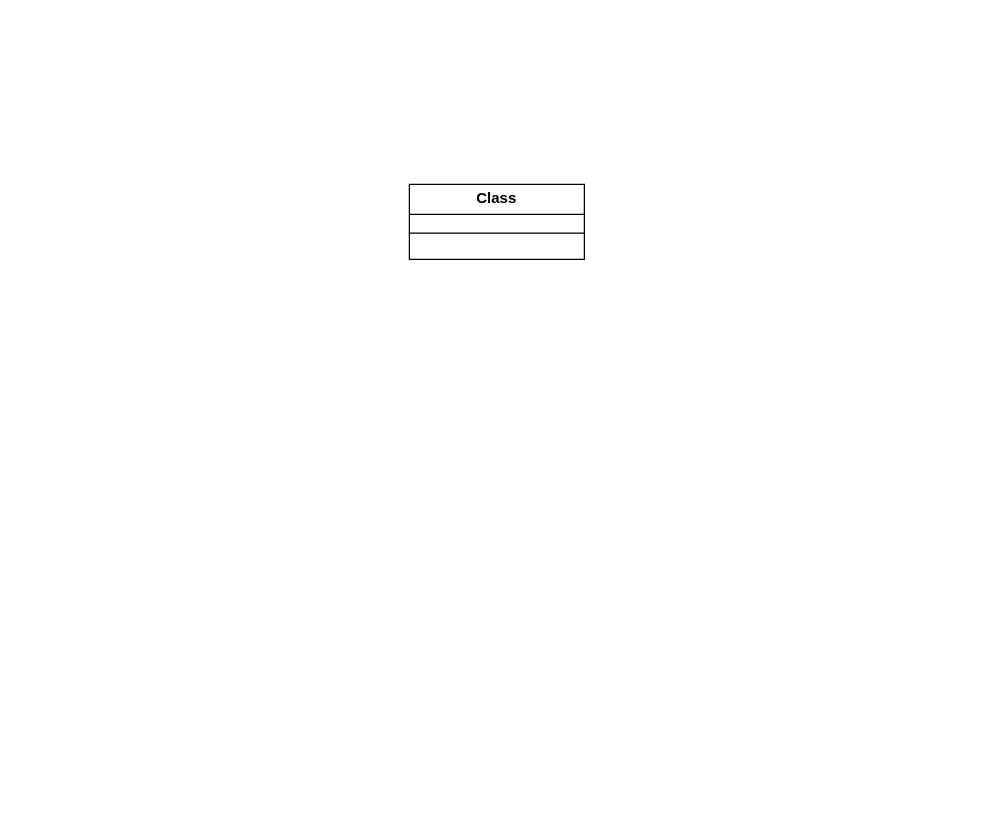
MariaLuizaNovasky/ControleDePonto keeps this draw.io diagram as Diagrama sem nome.drawio. Above is the earlier version. Source tidied: cells renumbered, new cells numbered last; positions are measured from the earlier drawing's top-left corner, leaving out a move shared by most shapes. Both pictures are drawn from the tidied source at 125%, with x=0, y=0 at pixel (409, 184).
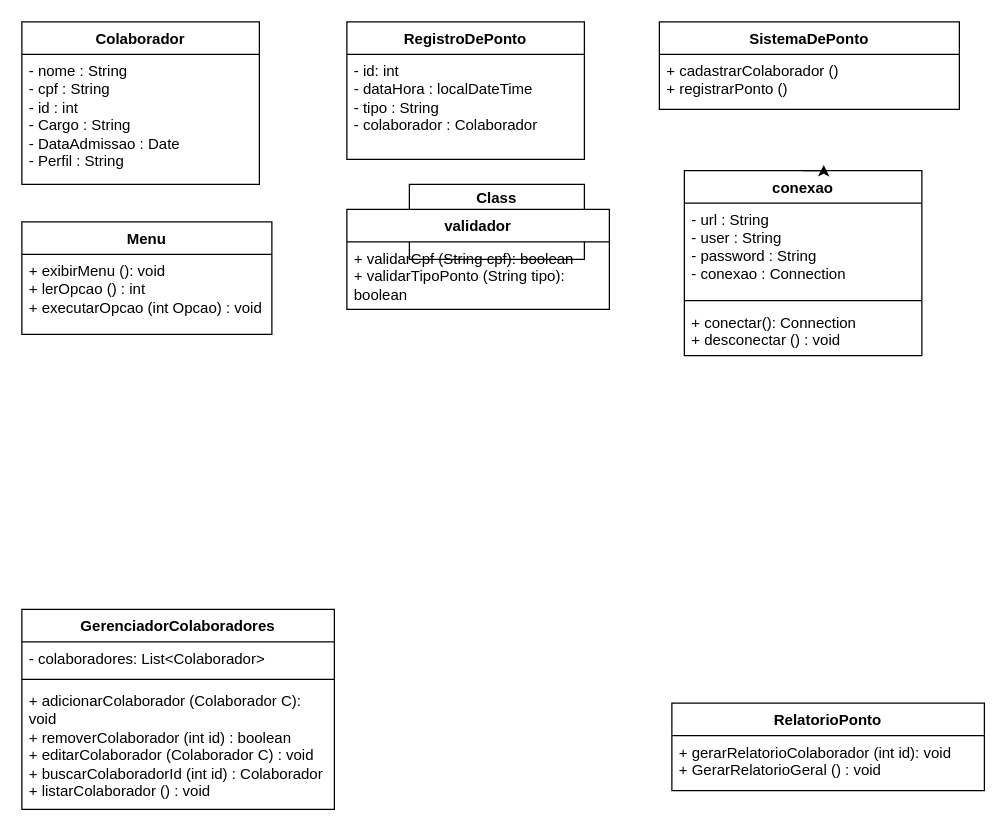
The same diagram, later.

The edit, as a diff of the source:
```diff
@@
+    <mxCell id="3" value="Colaborador" style="swimlane;fontStyle=1;align=center;verticalAlign=top;horizontal=1;startSize=26;whiteSpace=wrap;html=1;" parent="1" vertex="1">
+      <mxGeometry x="-310" y="-130" width="190" height="130" as="geometry" />
+    </mxCell>
+    <mxCell id="4" value="- nome : String&lt;div&gt;- cpf : String&lt;/div&gt;&lt;div&gt;- id : int&lt;/div&gt;&lt;div&gt;- Cargo : String&lt;/div&gt;&lt;div&gt;- DataAdmissao : Date&lt;/div&gt;&lt;div&gt;- Perfil : String&lt;/div&gt;" style="text;strokeColor=none;fillColor=none;align=left;verticalAlign=top;spacingLeft=4;spacingRight=4;overflow=hidden;whiteSpace=wrap;html=1;" parent="3" vertex="1">
+      <mxGeometry y="26" width="190" height="104" as="geometry" />
+    </mxCell>
@@
+    <mxCell id="5" value="RegistroDePonto" style="swimlane;fontStyle=1;align=center;verticalAlign=top;horizontal=1;startSize=26;whiteSpace=wrap;html=1;" parent="1" vertex="1">
+      <mxGeometry x="-50" y="-130" width="190" height="110" as="geometry" />
+    </mxCell>
+    <mxCell id="6" value="- id: int&lt;div&gt;- dataHora : localDateTime&lt;/div&gt;&lt;div&gt;- tipo : String&lt;/div&gt;&lt;div&gt;- colaborador : Colaborador&lt;/div&gt;" style="text;strokeColor=none;fillColor=none;align=left;verticalAlign=top;spacingLeft=4;spacingRight=4;overflow=hidden;whiteSpace=wrap;html=1;" parent="5" vertex="1">
+      <mxGeometry y="26" width="190" height="84" as="geometry" />
+    </mxCell>
+    <mxCell id="7" value="SistemaDePonto" style="swimlane;fontStyle=1;align=center;verticalAlign=top;horizontal=1;startSize=26;whiteSpace=wrap;html=1;" parent="1" vertex="1">
+      <mxGeometry x="200" y="-130" width="240" height="70" as="geometry" />
+    </mxCell>
+    <mxCell id="8" value="+ cadastrarColaborador ()&lt;div&gt;+ registrarPonto ()&lt;/div&gt;&lt;div&gt;&lt;div&gt;&lt;br&gt;&lt;/div&gt;&lt;/div&gt;" style="text;strokeColor=none;fillColor=none;align=left;verticalAlign=top;spacingLeft=4;spacingRight=4;overflow=hidden;whiteSpace=wrap;html=1;" parent="7" vertex="1">
+      <mxGeometry y="26" width="240" height="44" as="geometry" />
+    </mxCell>
+    <mxCell id="9" value="conexao" style="swimlane;fontStyle=1;align=center;verticalAlign=top;horizontal=1;startSize=26;whiteSpace=wrap;html=1;" parent="1" vertex="1">
+      <mxGeometry x="220" y="-11" width="190" height="148" as="geometry" />
+    </mxCell>
+    <mxCell id="10" value="- url : String&amp;nbsp;&lt;div&gt;- user : String&lt;/div&gt;&lt;div&gt;- password : String&lt;/div&gt;&lt;div&gt;- conexao : Connection&lt;/div&gt;" style="text;strokeColor=none;fillColor=none;align=left;verticalAlign=top;spacingLeft=4;spacingRight=4;overflow=hidden;whiteSpace=wrap;html=1;" parent="9" vertex="1">
+      <mxGeometry y="26" width="190" height="74" as="geometry" />
+    </mxCell>
+    <mxCell id="11" style="line;strokeWidth=1;fillColor=none;align=left;verticalAlign=middle;spacingTop=-1;spacingLeft=3;spacingRight=3;labelPosition=right;strokeColor=inherit;" parent="9" vertex="1">
+      <mxGeometry y="100" width="190" height="8" as="geometry" />
+    </mxCell>
+    <mxCell id="12" style="line;strokeWidth=1;fillColor=none;align=left;verticalAlign=middle;spacingTop=-1;spacingLeft=3;spacingRight=3;labelPosition=right;strokeColor=inherit;" parent="9" vertex="1">
+      <mxGeometry y="108" width="190" as="geometry" />
+    </mxCell>
+    <mxCell id="13" value="+ conectar(): Connection&lt;div&gt;+ desconectar () : void&lt;/div&gt;" style="text;strokeColor=none;fillColor=none;align=left;verticalAlign=top;spacingLeft=4;spacingRight=4;overflow=hidden;whiteSpace=wrap;html=1;" parent="9" vertex="1">
+      <mxGeometry y="108" width="190" height="40" as="geometry" />
+    </mxCell>
+    <mxCell id="14" value="RelatorioPonto" style="swimlane;fontStyle=1;align=center;verticalAlign=top;horizontal=1;startSize=26;whiteSpace=wrap;html=1;" parent="1" vertex="1">
+      <mxGeometry x="210" y="415" width="250" height="70" as="geometry" />
+    </mxCell>
+    <mxCell id="15" value="+ gerarRelatorioColaborador (int id): void&lt;div&gt;+ GerarRelatorioGeral () : void&lt;/div&gt;" style="text;strokeColor=none;fillColor=none;align=left;verticalAlign=top;spacingLeft=4;spacingRight=4;overflow=hidden;whiteSpace=wrap;html=1;" parent="14" vertex="1">
+      <mxGeometry y="26" width="250" height="44" as="geometry" />
+    </mxCell>
+    <mxCell id="16" value="Menu" style="swimlane;fontStyle=1;align=center;verticalAlign=top;horizontal=1;startSize=26;whiteSpace=wrap;html=1;" parent="1" vertex="1">
+      <mxGeometry x="-310" y="30" width="200" height="90" as="geometry" />
+    </mxCell>
+    <mxCell id="17" value="+ exibirMenu (): void&lt;div&gt;+ lerOpcao () : int&lt;/div&gt;&lt;div&gt;+ executarOpcao (int Opcao) : void&lt;/div&gt;&lt;div&gt;&lt;br&gt;&lt;div&gt;&lt;br&gt;&lt;/div&gt;&lt;/div&gt;" style="text;strokeColor=none;fillColor=none;align=left;verticalAlign=top;spacingLeft=4;spacingRight=4;overflow=hidden;whiteSpace=wrap;html=1;" parent="16" vertex="1">
+      <mxGeometry y="26" width="200" height="64" as="geometry" />
+    </mxCell>
+    <mxCell id="18" value="validador" style="swimlane;fontStyle=1;align=center;verticalAlign=top;horizontal=1;startSize=26;whiteSpace=wrap;html=1;" parent="1" vertex="1">
+      <mxGeometry x="-50" y="20" width="210" height="80" as="geometry" />
+    </mxCell>
+    <mxCell id="19" value="+ validarCpf (String cpf): boolean&lt;div&gt;+ validarTipoPonto (String tipo): boolean&lt;/div&gt;&lt;div&gt;&lt;div&gt;&lt;br&gt;&lt;/div&gt;&lt;/div&gt;" style="text;strokeColor=none;fillColor=none;align=left;verticalAlign=top;spacingLeft=4;spacingRight=4;overflow=hidden;whiteSpace=wrap;html=1;" parent="18" vertex="1">
+      <mxGeometry y="26" width="210" height="54" as="geometry" />
+    </mxCell>
+    <mxCell id="20" value="GerenciadorColaboradores" style="swimlane;fontStyle=1;align=center;verticalAlign=top;horizontal=1;startSize=26;whiteSpace=wrap;html=1;" parent="1" vertex="1">
+      <mxGeometry x="-310" y="340" width="250" height="160" as="geometry" />
+    </mxCell>
+    <mxCell id="21" value="- colaboradores: List&amp;lt;Colaborador&amp;gt;" style="text;strokeColor=none;fillColor=none;align=left;verticalAlign=top;spacingLeft=4;spacingRight=4;overflow=hidden;whiteSpace=wrap;html=1;" parent="20" vertex="1">
+      <mxGeometry y="26" width="250" height="26" as="geometry" />
+    </mxCell>
+    <mxCell id="22" style="line;strokeWidth=1;fillColor=none;align=left;verticalAlign=middle;spacingTop=-1;spacingLeft=3;spacingRight=3;labelPosition=right;strokeColor=inherit;" parent="20" vertex="1">
+      <mxGeometry y="52" width="250" height="8" as="geometry" />
+    </mxCell>
+    <mxCell id="23" value="+ adicionarColaborador (Colaborador C): void&lt;div&gt;+ removerColaborador (int id) : boolean&lt;/div&gt;&lt;div&gt;+ editarColaborador (Colaborador C) : void&lt;/div&gt;&lt;div&gt;+ buscarColaboradorId (int id) : Colaborador&lt;/div&gt;&lt;div&gt;+ listarColaborador () : void&lt;/div&gt;&lt;div&gt;&lt;br&gt;&lt;/div&gt;" style="text;strokeColor=none;fillColor=none;align=left;verticalAlign=top;spacingLeft=4;spacingRight=4;overflow=hidden;whiteSpace=wrap;html=1;" parent="20" vertex="1">
+      <mxGeometry y="60" width="250" height="100" as="geometry" />
+    </mxCell>
+    <mxCell id="24" style="edgeStyle=orthogonalEdgeStyle;rounded=0;orthogonalLoop=1;jettySize=auto;html=1;exitX=0.5;exitY=0;exitDx=0;exitDy=0;entryX=0.587;entryY=-0.03;entryDx=0;entryDy=0;entryPerimeter=0;" parent="1" edge="1" source="9" target="9">
+      <mxGeometry relative="1" as="geometry" />
+    </mxCell>
```
